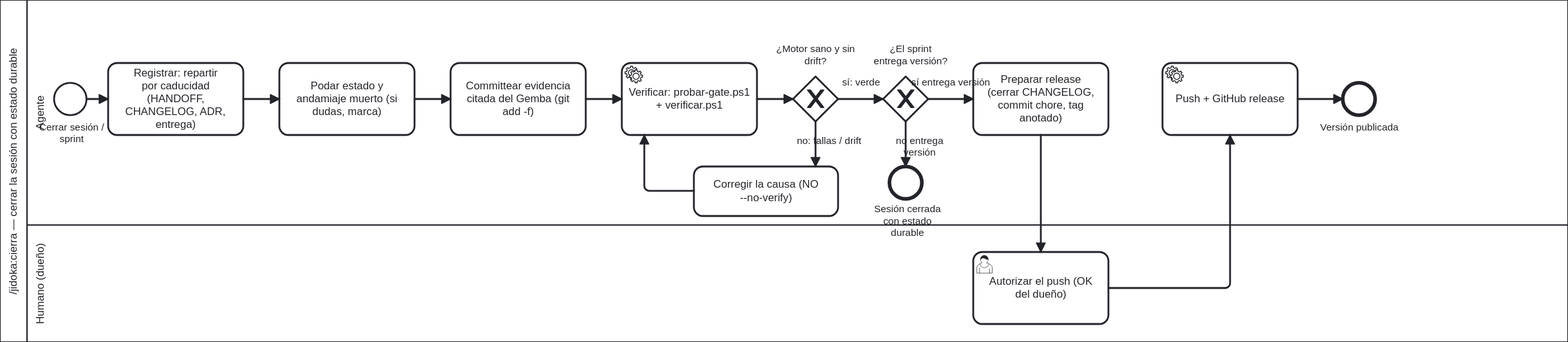
Earlier version of the BPMN export docs/atlas/render/16-cierra-as-is.svg (ArmandoMedina/jidoka). Its source is kept beside it as docs/atlas/10-ritual/16-cierra-as-is.bpmn. Ids are renumbered.
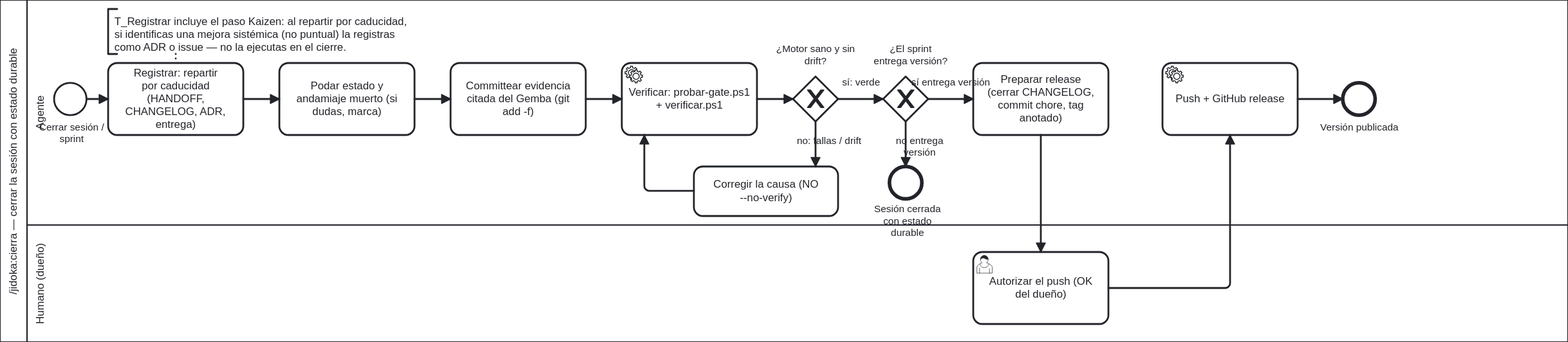
After the commit.

What changed in the source:
```diff
@@ -88,6 +88,10 @@
     <bpmn:sequenceFlow id="f_prep" sourceRef="T_PrepRelease" targetRef="U_Autorizar"/>
     <bpmn:sequenceFlow id="f_auth" sourceRef="U_Autorizar" targetRef="T_Publicar"/>
     <bpmn:sequenceFlow id="f_pub" sourceRef="T_Publicar" targetRef="End_Publicada"/>
+    <bpmn:textAnnotation id="Ann_Kaizen">
+      <bpmn:text>T_Registrar incluye el paso Kaizen: al repartir por caducidad, si identificas una mejora sistémica (no puntual) la registras como ADR o issue — no la ejecutas en el cierre.</bpmn:text>
+    </bpmn:textAnnotation>
+    <bpmn:association id="Assoc_Kaizen" sourceRef="Ann_Kaizen" targetRef="T_Registrar"/>
   </bpmn:process>
   <bpmndi:BPMNDiagram id="Diagram_16_Cierra">
     <bpmndi:BPMNPlane id="Plane_16_Cierra" bpmnElement="Collab_Cierra">
@@ -198,6 +202,13 @@
         <di:waypoint x="1570" y="190"/>
         <di:waypoint x="1620" y="190"/>
       </bpmndi:BPMNEdge>
+      <bpmndi:BPMNShape id="S_AnnKaizen" bpmnElement="Ann_Kaizen">
+        <dc:Bounds x="250" y="90" width="340" height="50"/>
+      </bpmndi:BPMNShape>
+      <bpmndi:BPMNEdge id="E_Assoc_Kaizen" bpmnElement="Assoc_Kaizen">
+        <di:waypoint x="325" y="140"/>
+        <di:waypoint x="325" y="150"/>
+      </bpmndi:BPMNEdge>
     </bpmndi:BPMNPlane>
   </bpmndi:BPMNDiagram>
 </bpmn:definitions>
```
